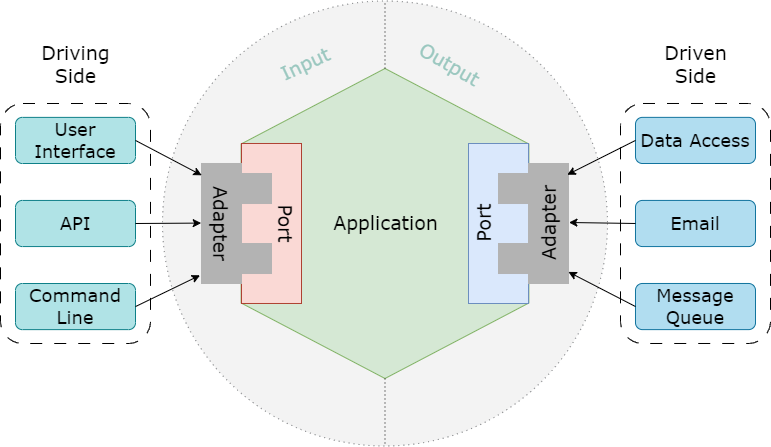
The draw.io diagram pic/六边形架构.drawio.png in guxdong/imgrepo, before a commit. Source tidied: cells renumbered, new cells last; positions are measured from the earlier drawing's top-left corner, leaving out a move shared by most shapes.
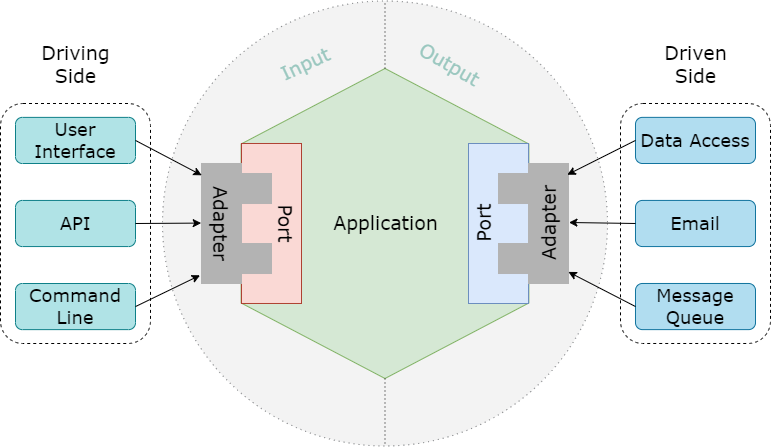
After the commit.

Commit message:
更新六边形架构.drawio.png

Change to the diagram source:
```diff
@@ -110,10 +110,10 @@
     <mxCell id="37" style="endArrow=classic;html=1;rounded=0;entryX=0.016;entryY=0.972;entryDx=0;entryDy=0;entryPerimeter=0;exitX=0;exitY=0.5;exitDx=0;exitDy=0;" parent="1" edge="1" source="28" target="19">
       <mxGeometry relative="1" as="geometry" />
     </mxCell>
-    <mxCell id="38" style="rounded=1;whiteSpace=wrap;html=1;fillColor=none;dashed=1;dashPattern=12 12;" parent="1" vertex="1">
+    <mxCell id="38" style="rounded=1;whiteSpace=wrap;html=1;fillColor=none;dashed=1;" parent="1" vertex="1">
       <mxGeometry y="103" width="150" height="240" as="geometry" />
     </mxCell>
-    <mxCell id="39" style="rounded=1;whiteSpace=wrap;html=1;fillColor=none;dashed=1;dashPattern=12 12;" parent="1" vertex="1">
+    <mxCell id="39" style="rounded=1;whiteSpace=wrap;html=1;fillColor=none;dashed=1;" parent="1" vertex="1">
       <mxGeometry x="620" y="103" width="150" height="240" as="geometry" />
     </mxCell>
   </root>
```
